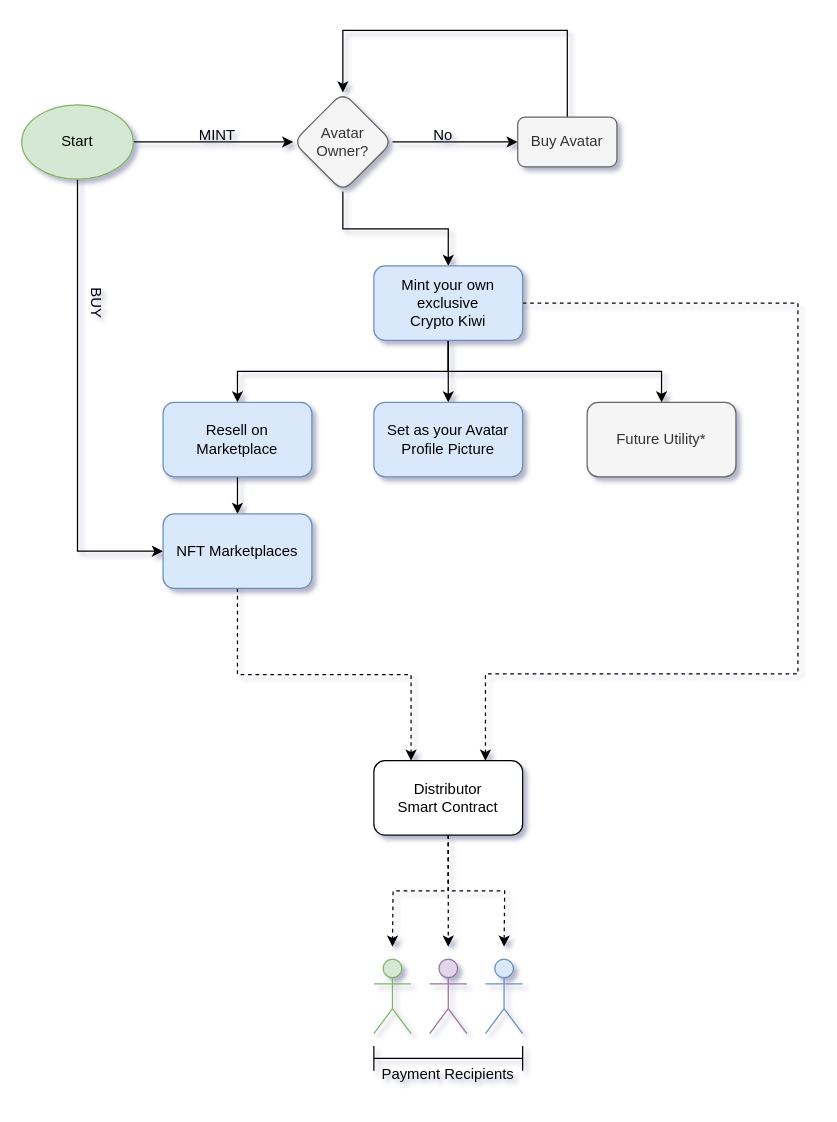
This is CryptoKiwisSaleFlow.drawio from Carbon-Labs/Diagrams, a draw.io file, before an edit. Source tidied: cells renumbered, new cells numbered last; positions are measured from the earlier drawing's top-left corner, leaving out a move shared by most shapes. Both pictures are drawn from the tidied source at 124%, with x=0, y=0 at pixel (21, 30).
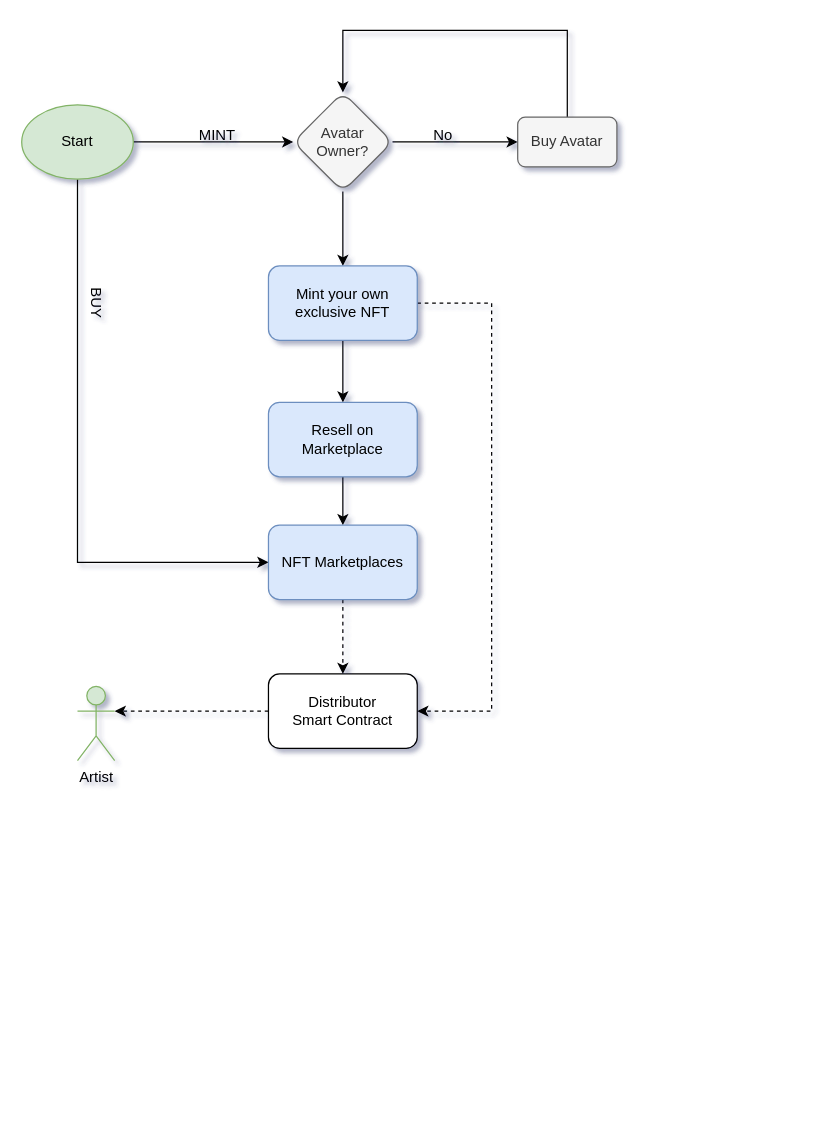
Above is the later version.

The edit, as a diff of the source:
```diff
@@
-    <mxCell id="12" style="edgeStyle=orthogonalEdgeStyle;rounded=0;jettySize=auto;html=1;exitX=0.5;exitY=1;exitDx=0;exitDy=0;" parent="1" edge="1" source="15" target="18">
-      <mxGeometry relative="1" as="geometry" />
-    </mxCell>
-    <mxCell id="13" style="edgeStyle=orthogonalEdgeStyle;rounded=0;jettySize=auto;html=1;exitX=0.5;exitY=1;exitDx=0;exitDy=0;entryX=0.5;entryY=0;entryDx=0;entryDy=0;" parent="1" edge="1" source="15" target="23">
-      <mxGeometry relative="1" as="geometry" />
-    </mxCell>
-    <mxCell id="14" style="edgeStyle=orthogonalEdgeStyle;rounded=0;jettySize=auto;html=1;exitX=1;exitY=0.5;exitDx=0;exitDy=0;entryX=0.75;entryY=0;entryDx=0;entryDy=0;dashed=1;" parent="1" edge="1" source="15" target="27">
+    <mxCell id="14" style="edgeStyle=orthogonalEdgeStyle;rounded=0;jettySize=auto;html=1;exitX=1;exitY=0.5;exitDx=0;exitDy=0;entryX=1;entryY=0.5;entryDx=0;entryDy=0;dashed=1;" parent="1" edge="1" source="15" target="27">
       <mxGeometry relative="1" as="geometry">
         <Array as="points">
-          <mxPoint x="626" y="220" />
-          <mxPoint x="626" y="519" />
-          <mxPoint x="374" y="519" />
+          <mxPoint x="379" y="220" />
+          <mxPoint x="379" y="549" />
         </Array>
       </mxGeometry>
     </mxCell>
-    <mxCell id="15" value="Mint your own exclusive&lt;br&gt;Crypto Kiwi" style="rounded=1;whiteSpace=wrap;html=1;verticalAlign=middle;fillColor=#dae8fc;strokeColor=#6c8ebf;" parent="1" vertex="1">
-      <mxGeometry x="284" y="190" width="120" height="60" as="geometry" />
+    <mxCell id="15" value="Mint your own exclusive NFT" style="rounded=1;whiteSpace=wrap;html=1;verticalAlign=middle;fillColor=#dae8fc;strokeColor=#6c8ebf;" parent="1" vertex="1">
+      <mxGeometry x="199" y="190" width="120" height="60" as="geometry" />
     </mxCell>
@@
     <mxCell id="17" value="Resell on Marketplace" style="rounded=1;whiteSpace=wrap;html=1;verticalAlign=middle;fillColor=#dae8fc;strokeColor=#6c8ebf;" parent="1" vertex="1">
-      <mxGeometry x="114" y="300" width="120" height="60" as="geometry" />
+      <mxGeometry x="199" y="300" width="120" height="60" as="geometry" />
     </mxCell>
-    <mxCell id="18" value="Set as your Avatar Profile Picture" style="rounded=1;whiteSpace=wrap;html=1;verticalAlign=middle;fillColor=#dae8fc;strokeColor=#6c8ebf;" parent="1" vertex="1">
-      <mxGeometry x="284" y="300" width="120" height="60" as="geometry" />
-    </mxCell>
-    <mxCell id="19" style="edgeStyle=orthogonalEdgeStyle;rounded=0;jettySize=auto;html=1;exitX=0.5;exitY=1;exitDx=0;exitDy=0;entryX=0.25;entryY=0;entryDx=0;entryDy=0;dashed=1;" parent="1" edge="1" source="20" target="27">
+    <mxCell id="19" style="edgeStyle=orthogonalEdgeStyle;rounded=0;jettySize=auto;html=1;exitX=0.5;exitY=1;exitDx=0;exitDy=0;entryX=0.5;entryY=0;entryDx=0;entryDy=0;dashed=1;" parent="1" edge="1" source="20" target="27">
       <mxGeometry relative="1" as="geometry" />
     </mxCell>
     <mxCell id="20" value="NFT Marketplaces" style="rounded=1;whiteSpace=wrap;html=1;verticalAlign=middle;fillColor=#dae8fc;strokeColor=#6c8ebf;" parent="1" vertex="1">
-      <mxGeometry x="114" y="390" width="120" height="60" as="geometry" />
+      <mxGeometry x="199" y="399" width="120" height="60" as="geometry" />
     </mxCell>
@@
-    <mxCell id="23" value="Future Utility*" style="rounded=1;whiteSpace=wrap;html=1;verticalAlign=middle;fillColor=#f5f5f5;strokeColor=#666666;fontColor=#333333;" parent="1" vertex="1">
-      <mxGeometry x="456" y="300" width="120" height="60" as="geometry" />
-    </mxCell>
-    <mxCell id="24" style="edgeStyle=orthogonalEdgeStyle;rounded=0;jettySize=auto;html=1;exitX=0.5;exitY=1;exitDx=0;exitDy=0;dashed=1;" parent="1" edge="1" source="27">
-      <mxGeometry relative="1" as="geometry">
-        <mxPoint x="299" y="739" as="targetPoint" />
-      </mxGeometry>
-    </mxCell>
-    <mxCell id="25" style="edgeStyle=orthogonalEdgeStyle;rounded=0;jettySize=auto;html=1;exitX=0.5;exitY=1;exitDx=0;exitDy=0;dashed=1;" parent="1" edge="1" source="27">
-      <mxGeometry relative="1" as="geometry">
-        <mxPoint x="389" y="739" as="targetPoint" />
-      </mxGeometry>
-    </mxCell>
-    <mxCell id="26" style="edgeStyle=orthogonalEdgeStyle;rounded=0;jettySize=auto;html=1;exitX=0.5;exitY=1;exitDx=0;exitDy=0;dashed=1;" parent="1" edge="1" source="27">
-      <mxGeometry relative="1" as="geometry">
-        <mxPoint x="344" y="739" as="targetPoint" />
-      </mxGeometry>
-    </mxCell>
+    <mxCell id="33" style="edgeStyle=orthogonalEdgeStyle;rounded=0;jettySize=auto;html=1;exitX=0;exitY=0.5;exitDx=0;exitDy=0;entryX=1;entryY=0.3333333333333333;entryDx=0;entryDy=0;entryPerimeter=0;dashed=1;" parent="1" edge="1" source="27" target="28">
+      <mxGeometry relative="1" as="geometry" />
+    </mxCell>
     <mxCell id="27" value="Distributor&lt;br&gt;Smart Contract" style="rounded=1;whiteSpace=wrap;html=1;" parent="1" vertex="1">
-      <mxGeometry x="284" y="589" width="120" height="60" as="geometry" />
+      <mxGeometry x="199" y="519" width="120" height="60" as="geometry" />
     </mxCell>
-    <mxCell id="28" style="shape=umlActor;verticalLabelPosition=bottom;verticalAlign=top;html=1;outlineConnect=0;fillColor=#d5e8d4;strokeColor=#82b366;" parent="1" vertex="1">
-      <mxGeometry x="284" y="749" width="30" height="60" as="geometry" />
+    <mxCell id="28" value="Artist" style="shape=umlActor;verticalLabelPosition=bottom;verticalAlign=top;html=1;outlineConnect=0;fillColor=#d5e8d4;strokeColor=#82b366;" parent="1" vertex="1">
+      <mxGeometry x="45" y="529" width="30" height="60" as="geometry" />
     </mxCell>
-    <mxCell id="29" style="shape=umlActor;verticalLabelPosition=bottom;verticalAlign=top;html=1;fillColor=#dae8fc;strokeColor=#6c8ebf;" parent="1" vertex="1">
-      <mxGeometry x="374" y="749" width="30" height="60" as="geometry" />
-    </mxCell>
-    <mxCell id="30" style="shape=umlActor;verticalLabelPosition=bottom;verticalAlign=top;html=1;fillColor=#e1d5e7;strokeColor=#9673a6;" parent="1" vertex="1">
-      <mxGeometry x="329" y="749" width="30" height="60" as="geometry" />
-    </mxCell>
-    <mxCell id="31" style="shape=crossbar;whiteSpace=wrap;html=1;rounded=1;" parent="1" vertex="1">
-      <mxGeometry x="284" y="819" width="120" height="20" as="geometry" />
-    </mxCell>
-    <mxCell id="32" value="Payment Recipients" style="text;html=1;strokeColor=none;fillColor=none;align=center;verticalAlign=middle;whiteSpace=wrap;rounded=0;" parent="1" vertex="1">
-      <mxGeometry x="279" y="827" width="130" height="30" as="geometry" />
-    </mxCell>
```
